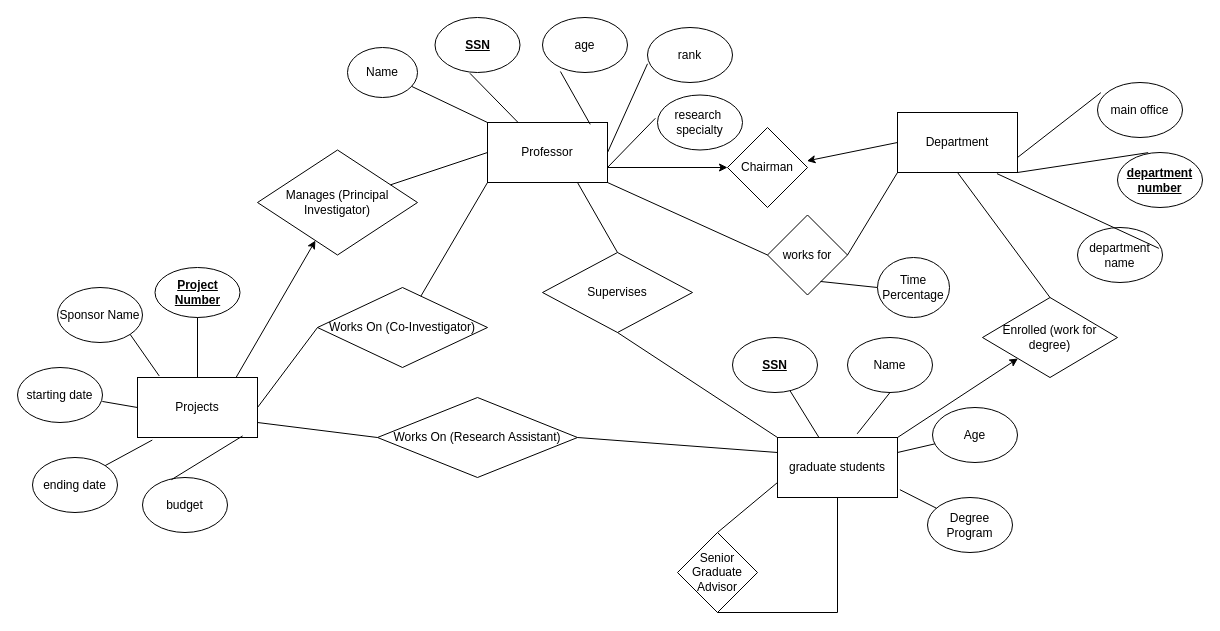
kenrickeagar/336 keeps this draw.io diagram as Homework 1 Problem 1 (2).drawio. Above is the earlier version. Source tidied: cells renumbered, new cells numbered last; positions are measured from the earlier drawing's top-left corner, leaving out a move shared by most shapes. Both pictures are drawn from the tidied source at 100%, with x=0, y=0 at pixel (17, 17).
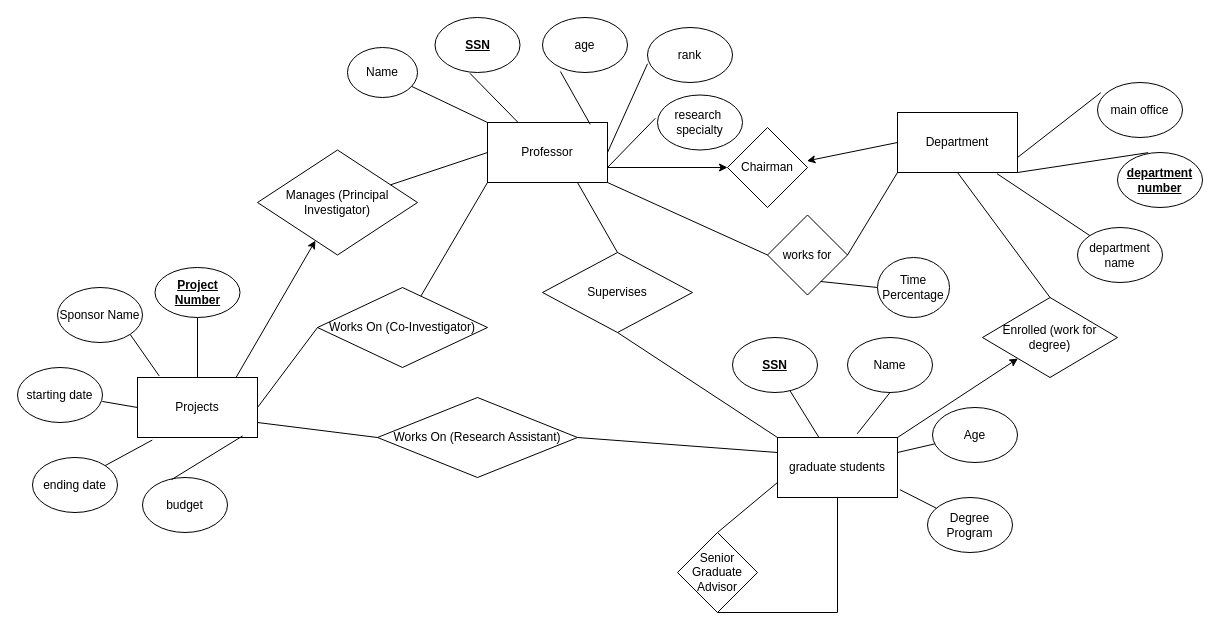
The same diagram, later.

The change refers to these unchanged cells:
```xml
<mxCell id="19" value="Department" style="rounded=0;whiteSpace=wrap;html=1;" parent="1" vertex="1">
  <mxGeometry x="880" y="95" width="120" height="60" as="geometry" />
</mxCell>
<mxCell id="20" value="department name" style="ellipse;whiteSpace=wrap;html=1;" parent="1" vertex="1">
  <mxGeometry x="1060" y="210" width="85" height="55" as="geometry" />
</mxCell>
```

What changed in the source:
```diff
@@
-    <mxCell id="37" style="endArrow=none;html=1;rounded=0;exitX=0.957;exitY=0.379;exitDx=0;exitDy=0;exitPerimeter=0;entryX=0.829;entryY=1.019;entryDx=0;entryDy=0;entryPerimeter=0;" parent="1" edge="1" source="20" target="19">
+    <mxCell id="37" style="endArrow=none;html=1;rounded=0;exitX=0;exitY=0;exitDx=0;exitDy=0;entryX=0.829;entryY=1.019;entryDx=0;entryDy=0;entryPerimeter=0;" parent="1" edge="1" source="20" target="19">
       <mxGeometry relative="1" as="geometry" />
     </mxCell>
```
